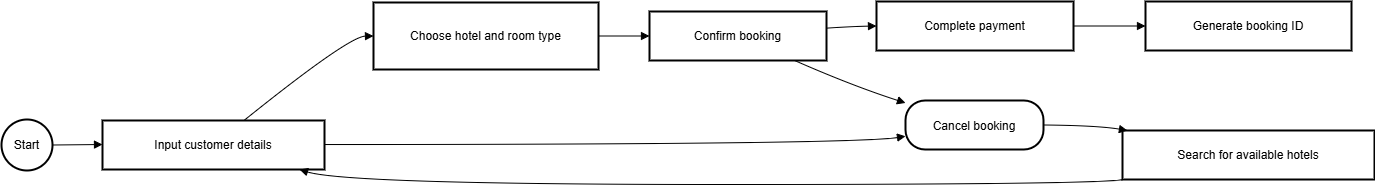
This is alx-booking-uc.png from ahmedshaaban0936/requirement-analysis, a draw.io export, as it was before one commit. Source tidied: cells renumbered, new cells last; positions are measured from the earlier drawing's top-left corner, leaving out a move shared by most shapes. Its diagram source:
```xml
<mxGraphModel>
  <root>
    <mxCell id="0" />
    <mxCell id="1" parent="0" />
    <mxCell id="2" value="Start" style="ellipse;strokeWidth=2;whiteSpace=wrap;" parent="1" vertex="1">
      <mxGeometry y="118" width="51" height="51" as="geometry" />
    </mxCell>
    <mxCell id="3" value="Input customer details" style="whiteSpace=wrap;strokeWidth=2;" parent="1" vertex="1">
      <mxGeometry x="101" y="119" width="222" height="49" as="geometry" />
    </mxCell>
    <mxCell id="4" value="Choose hotel and room type" style="whiteSpace=wrap;strokeWidth=2;" parent="1" vertex="1">
      <mxGeometry x="372" y="1" width="225" height="67" as="geometry" />
    </mxCell>
    <mxCell id="5" value="Confirm booking" style="whiteSpace=wrap;strokeWidth=2;" parent="1" vertex="1">
      <mxGeometry x="648" y="10" width="177" height="49" as="geometry" />
    </mxCell>
    <mxCell id="6" value="Complete payment" style="whiteSpace=wrap;strokeWidth=2;" parent="1" vertex="1">
      <mxGeometry x="875" width="197" height="49" as="geometry" />
    </mxCell>
    <mxCell id="7" value="Generate booking ID" style="whiteSpace=wrap;strokeWidth=2;" parent="1" vertex="1">
      <mxGeometry x="1144" width="206" height="49" as="geometry" />
    </mxCell>
    <mxCell id="8" value="Cancel booking" style="rounded=1;arcSize=40;strokeWidth=2;" parent="1" vertex="1">
      <mxGeometry x="904" y="99" width="138" height="49" as="geometry" />
    </mxCell>
    <mxCell id="9" value="Search for available hotels" style="whiteSpace=wrap;strokeWidth=2;" parent="1" vertex="1">
      <mxGeometry x="1121" y="129" width="252" height="49" as="geometry" />
    </mxCell>
    <mxCell id="10" style="curved=1;startArrow=none;endArrow=block;exitX=0.99;exitY=0.5;entryX=0;entryY=0.49;" parent="1" edge="1" source="2" target="3">
      <mxGeometry relative="1" as="geometry" />
    </mxCell>
    <mxCell id="11" style="curved=1;startArrow=none;endArrow=block;exitX=0.64;exitY=-0.01;entryX=0;entryY=0.5;" parent="1" edge="1" source="3" target="4">
      <mxGeometry relative="1" as="geometry">
        <Array as="points">
          <mxPoint x="347" y="35" />
        </Array>
      </mxGeometry>
    </mxCell>
    <mxCell id="12" style="curved=1;startArrow=none;endArrow=block;exitX=1;exitY=0.5;entryX=0;entryY=0.5;" parent="1" edge="1" source="4" target="5">
      <mxGeometry relative="1" as="geometry" />
    </mxCell>
    <mxCell id="13" style="curved=1;startArrow=none;endArrow=block;exitX=1;exitY=0.34;entryX=0;entryY=0.5;" parent="1" edge="1" source="5" target="6">
      <mxGeometry relative="1" as="geometry">
        <Array as="points">
          <mxPoint x="850" y="25" />
        </Array>
      </mxGeometry>
    </mxCell>
    <mxCell id="14" style="curved=1;startArrow=none;endArrow=block;exitX=1;exitY=0.5;entryX=0;entryY=0.5;" parent="1" edge="1" source="6" target="7">
      <mxGeometry relative="1" as="geometry" />
    </mxCell>
    <mxCell id="15" style="curved=1;startArrow=none;endArrow=block;exitX=0.82;exitY=1;entryX=0;entryY=0.05;" parent="1" edge="1" source="5" target="8">
      <mxGeometry relative="1" as="geometry">
        <Array as="points">
          <mxPoint x="850" y="84" />
        </Array>
      </mxGeometry>
    </mxCell>
    <mxCell id="16" style="curved=1;startArrow=none;endArrow=block;exitX=1;exitY=0.49;entryX=0;entryY=0.73;" parent="1" edge="1" source="3" target="8">
      <mxGeometry relative="1" as="geometry">
        <Array as="points">
          <mxPoint x="850" y="143" />
        </Array>
      </mxGeometry>
    </mxCell>
    <mxCell id="17" style="curved=1;startArrow=none;endArrow=block;exitX=1;exitY=0.5;entryX=0.01;entryY=-0.01;" parent="1" edge="1" source="8" target="9">
      <mxGeometry relative="1" as="geometry">
        <Array as="points">
          <mxPoint x="1096" y="124" />
        </Array>
      </mxGeometry>
    </mxCell>
    <mxCell id="18" style="curved=1;startArrow=none;endArrow=block;exitX=0.01;exitY=0.99;entryX=0.88;entryY=0.99;" parent="1" edge="1" source="9" target="3">
      <mxGeometry relative="1" as="geometry">
        <Array as="points">
          <mxPoint x="1096" y="183" />
          <mxPoint x="347" y="183" />
        </Array>
      </mxGeometry>
    </mxCell>
  </root>
</mxGraphModel>
```
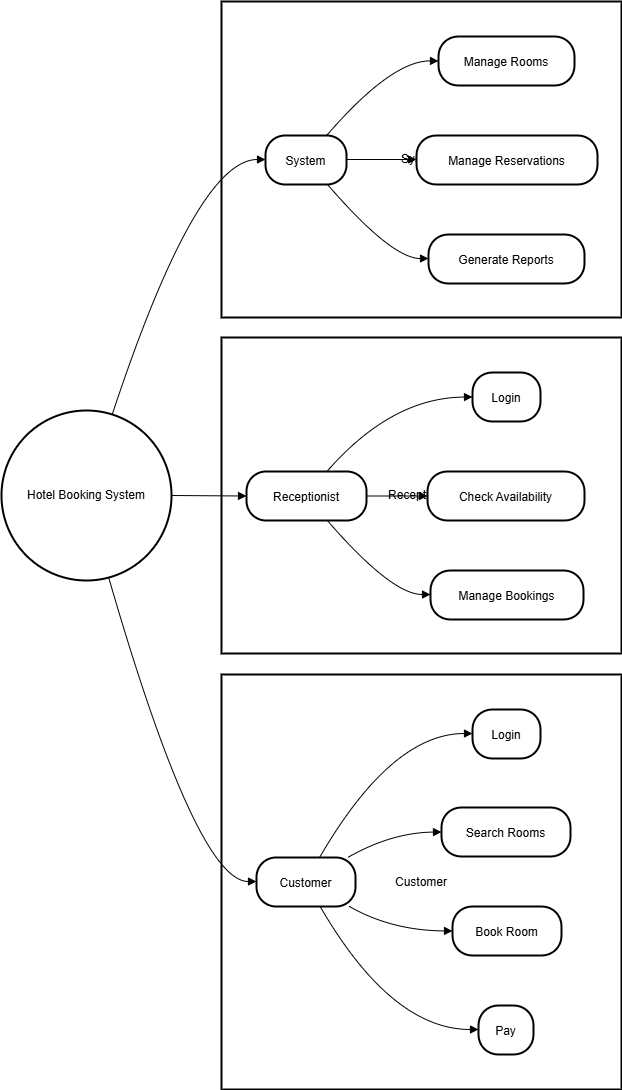
Above is the later version.

The edit, as a diff of the source:
```diff
@@ -2,81 +2,135 @@
   <root>
     <mxCell id="0" />
     <mxCell id="1" parent="0" />
-    <mxCell id="2" value="Start" style="ellipse;strokeWidth=2;whiteSpace=wrap;" parent="1" vertex="1">
-      <mxGeometry y="118" width="51" height="51" as="geometry" />
+    <mxCell id="2" value="System" style="whiteSpace=wrap;strokeWidth=2;" parent="1" vertex="1">
+      <mxGeometry x="220" width="400" height="316" as="geometry" />
     </mxCell>
-    <mxCell id="3" value="Input customer details" style="whiteSpace=wrap;strokeWidth=2;" parent="1" vertex="1">
-      <mxGeometry x="101" y="119" width="222" height="49" as="geometry" />
+    <mxCell id="3" value="Receptionist" style="whiteSpace=wrap;strokeWidth=2;" parent="1" vertex="1">
+      <mxGeometry x="220" y="336" width="400" height="316" as="geometry" />
     </mxCell>
-    <mxCell id="4" value="Choose hotel and room type" style="whiteSpace=wrap;strokeWidth=2;" parent="1" vertex="1">
-      <mxGeometry x="372" y="1" width="225" height="67" as="geometry" />
+    <mxCell id="4" value="Customer" style="whiteSpace=wrap;strokeWidth=2;" parent="1" vertex="1">
+      <mxGeometry x="220" y="673" width="400" height="415" as="geometry" />
     </mxCell>
-    <mxCell id="5" value="Confirm booking" style="whiteSpace=wrap;strokeWidth=2;" parent="1" vertex="1">
-      <mxGeometry x="648" y="10" width="177" height="49" as="geometry" />
+    <mxCell id="5" value="Hotel Booking System" style="ellipse;strokeWidth=2;whiteSpace=wrap;" parent="1" vertex="1">
+      <mxGeometry y="409" width="170" height="170" as="geometry" />
     </mxCell>
-    <mxCell id="6" value="Complete payment" style="whiteSpace=wrap;strokeWidth=2;" parent="1" vertex="1">
-      <mxGeometry x="875" width="197" height="49" as="geometry" />
+    <mxCell id="6" value="Customer" style="rounded=1;arcSize=40;strokeWidth=2;" parent="1" vertex="1">
+      <mxGeometry x="255" y="856" width="99" height="49" as="geometry" />
     </mxCell>
-    <mxCell id="7" value="Generate booking ID" style="whiteSpace=wrap;strokeWidth=2;" parent="1" vertex="1">
-      <mxGeometry x="1144" width="206" height="49" as="geometry" />
+    <mxCell id="7" value="Receptionist" style="rounded=1;arcSize=40;strokeWidth=2;" parent="1" vertex="1">
+      <mxGeometry x="245" y="470" width="120" height="49" as="geometry" />
     </mxCell>
-    <mxCell id="8" value="Cancel booking" style="rounded=1;arcSize=40;strokeWidth=2;" parent="1" vertex="1">
-      <mxGeometry x="904" y="99" width="138" height="49" as="geometry" />
+    <mxCell id="8" value="System" style="rounded=1;arcSize=40;strokeWidth=2;" parent="1" vertex="1">
+      <mxGeometry x="264" y="134" width="81" height="49" as="geometry" />
     </mxCell>
-    <mxCell id="9" value="Search for available hotels" style="whiteSpace=wrap;strokeWidth=2;" parent="1" vertex="1">
-      <mxGeometry x="1121" y="129" width="252" height="49" as="geometry" />
+    <mxCell id="9" value="Login" style="rounded=1;arcSize=40;strokeWidth=2;" parent="1" vertex="1">
+      <mxGeometry x="471" y="708" width="68" height="49" as="geometry" />
     </mxCell>
-    <mxCell id="10" style="curved=1;startArrow=none;endArrow=block;exitX=0.99;exitY=0.5;entryX=0;entryY=0.49;" parent="1" edge="1" source="2" target="3">
-      <mxGeometry relative="1" as="geometry" />
+    <mxCell id="10" value="Search Rooms" style="rounded=1;arcSize=40;strokeWidth=2;" parent="1" vertex="1">
+      <mxGeometry x="440" y="806" width="129" height="49" as="geometry" />
     </mxCell>
-    <mxCell id="11" style="curved=1;startArrow=none;endArrow=block;exitX=0.64;exitY=-0.01;entryX=0;entryY=0.5;" parent="1" edge="1" source="3" target="4">
-      <mxGeometry relative="1" as="geometry">
-        <Array as="points">
-          <mxPoint x="347" y="35" />
-        </Array>
-      </mxGeometry>
+    <mxCell id="11" value="Book Room" style="rounded=1;arcSize=40;strokeWidth=2;" parent="1" vertex="1">
+      <mxGeometry x="451" y="905" width="109" height="49" as="geometry" />
     </mxCell>
-    <mxCell id="12" style="curved=1;startArrow=none;endArrow=block;exitX=1;exitY=0.5;entryX=0;entryY=0.5;" parent="1" edge="1" source="4" target="5">
-      <mxGeometry relative="1" as="geometry" />
+    <mxCell id="12" value="Pay" style="rounded=1;arcSize=40;strokeWidth=2;" parent="1" vertex="1">
+      <mxGeometry x="477" y="1004" width="55" height="49" as="geometry" />
     </mxCell>
-    <mxCell id="13" style="curved=1;startArrow=none;endArrow=block;exitX=1;exitY=0.34;entryX=0;entryY=0.5;" parent="1" edge="1" source="5" target="6">
-      <mxGeometry relative="1" as="geometry">
-        <Array as="points">
-          <mxPoint x="850" y="25" />
-        </Array>
-      </mxGeometry>
+    <mxCell id="13" value="Login" style="rounded=1;arcSize=40;strokeWidth=2;" parent="1" vertex="1">
+      <mxGeometry x="471" y="371" width="68" height="49" as="geometry" />
     </mxCell>
-    <mxCell id="14" style="curved=1;startArrow=none;endArrow=block;exitX=1;exitY=0.5;entryX=0;entryY=0.5;" parent="1" edge="1" source="6" target="7">
-      <mxGeometry relative="1" as="geometry" />
+    <mxCell id="14" value="Check Availability" style="rounded=1;arcSize=40;strokeWidth=2;" parent="1" vertex="1">
+      <mxGeometry x="426" y="470" width="157" height="49" as="geometry" />
     </mxCell>
-    <mxCell id="15" style="curved=1;startArrow=none;endArrow=block;exitX=0.82;exitY=1;entryX=0;entryY=0.05;" parent="1" edge="1" source="5" target="8">
-      <mxGeometry relative="1" as="geometry">
-        <Array as="points">
-          <mxPoint x="850" y="84" />
-        </Array>
-      </mxGeometry>
+    <mxCell id="15" value="Manage Bookings" style="rounded=1;arcSize=40;strokeWidth=2;" parent="1" vertex="1">
+      <mxGeometry x="429" y="569" width="153" height="49" as="geometry" />
     </mxCell>
-    <mxCell id="16" style="curved=1;startArrow=none;endArrow=block;exitX=1;exitY=0.49;entryX=0;entryY=0.73;" parent="1" edge="1" source="3" target="8">
-      <mxGeometry relative="1" as="geometry">
-        <Array as="points">
-          <mxPoint x="850" y="143" />
-        </Array>
-      </mxGeometry>
+    <mxCell id="16" value="Manage Rooms" style="rounded=1;arcSize=40;strokeWidth=2;" parent="1" vertex="1">
+      <mxGeometry x="437" y="35" width="136" height="49" as="geometry" />
     </mxCell>
-    <mxCell id="17" style="curved=1;startArrow=none;endArrow=block;exitX=1;exitY=0.5;entryX=0.01;entryY=-0.01;" parent="1" edge="1" source="8" target="9">
-      <mxGeometry relative="1" as="geometry">
-        <Array as="points">
-          <mxPoint x="1096" y="124" />
-        </Array>
-      </mxGeometry>
+    <mxCell id="17" value="Manage Reservations" style="rounded=1;arcSize=40;strokeWidth=2;" parent="1" vertex="1">
+      <mxGeometry x="415" y="134" width="181" height="49" as="geometry" />
     </mxCell>
-    <mxCell id="18" style="curved=1;startArrow=none;endArrow=block;exitX=0.01;exitY=0.99;entryX=0.88;entryY=0.99;" parent="1" edge="1" source="9" target="3">
-      <mxGeometry relative="1" as="geometry">
-        <Array as="points">
-          <mxPoint x="1096" y="183" />
-          <mxPoint x="347" y="183" />
-        </Array>
-      </mxGeometry>
+    <mxCell id="18" value="Generate Reports" style="rounded=1;arcSize=40;strokeWidth=2;" parent="1" vertex="1">
+      <mxGeometry x="427" y="233" width="156" height="49" as="geometry" />
     </mxCell>
+    <mxCell id="19" style="curved=1;startArrow=none;endArrow=block;exitX=0.64;exitY=1;entryX=0;entryY=0.49;" parent="1" edge="1" source="5" target="6">
+      <mxGeometry relative="1" as="geometry">
+        <Array as="points">
+          <mxPoint x="195" y="880" />
+        </Array>
+      </mxGeometry>
+    </mxCell>
+    <mxCell id="20" style="curved=1;startArrow=none;endArrow=block;exitX=1;exitY=0.5;entryX=0;entryY=0.5;" parent="1" edge="1" source="5" target="7">
+      <mxGeometry relative="1" as="geometry" />
+    </mxCell>
+    <mxCell id="21" style="curved=1;startArrow=none;endArrow=block;exitX=0.66;exitY=0;entryX=0.01;entryY=0.49;" parent="1" edge="1" source="5" target="8">
+      <mxGeometry relative="1" as="geometry">
+        <Array as="points">
+          <mxPoint x="195" y="158" />
+        </Array>
+      </mxGeometry>
+    </mxCell>
+    <mxCell id="22" style="curved=1;startArrow=none;endArrow=block;exitX=0.64;exitY=-0.01;entryX=0;entryY=0.49;" parent="1" edge="1" source="6" target="9">
+      <mxGeometry relative="1" as="geometry">
+        <Array as="points">
+          <mxPoint x="390" y="732" />
+        </Array>
+      </mxGeometry>
+    </mxCell>
+    <mxCell id="23" style="curved=1;startArrow=none;endArrow=block;exitX=0.93;exitY=-0.01;entryX=0;entryY=0.5;" parent="1" edge="1" source="6" target="10">
+      <mxGeometry relative="1" as="geometry">
+        <Array as="points">
+          <mxPoint x="390" y="831" />
+        </Array>
+      </mxGeometry>
+    </mxCell>
+    <mxCell id="24" style="curved=1;startArrow=none;endArrow=block;exitX=0.93;exitY=0.99;entryX=0;entryY=0.5;" parent="1" edge="1" source="6" target="11">
+      <mxGeometry relative="1" as="geometry">
+        <Array as="points">
+          <mxPoint x="390" y="929" />
+        </Array>
+      </mxGeometry>
+    </mxCell>
+    <mxCell id="25" style="curved=1;startArrow=none;endArrow=block;exitX=0.64;exitY=0.99;entryX=0.01;entryY=0.49;" parent="1" edge="1" source="6" target="12">
+      <mxGeometry relative="1" as="geometry">
+        <Array as="points">
+          <mxPoint x="390" y="1028" />
+        </Array>
+      </mxGeometry>
+    </mxCell>
+    <mxCell id="26" style="curved=1;startArrow=none;endArrow=block;exitX=0.67;exitY=0;entryX=0;entryY=0.5;" parent="1" edge="1" source="7" target="13">
+      <mxGeometry relative="1" as="geometry">
+        <Array as="points">
+          <mxPoint x="390" y="396" />
+        </Array>
+      </mxGeometry>
+    </mxCell>
+    <mxCell id="27" style="curved=1;startArrow=none;endArrow=block;exitX=1;exitY=0.5;entryX=0;entryY=0.5;" parent="1" edge="1" source="7" target="14">
+      <mxGeometry relative="1" as="geometry" />
+    </mxCell>
+    <mxCell id="28" style="curved=1;startArrow=none;endArrow=block;exitX=0.67;exitY=0.99;entryX=0;entryY=0.49;" parent="1" edge="1" source="7" target="15">
+      <mxGeometry relative="1" as="geometry">
+        <Array as="points">
+          <mxPoint x="390" y="593" />
+        </Array>
+      </mxGeometry>
+    </mxCell>
+    <mxCell id="29" style="curved=1;startArrow=none;endArrow=block;exitX=0.76;exitY=-0.01;entryX=0;entryY=0.5;" parent="1" edge="1" source="8" target="16">
+      <mxGeometry relative="1" as="geometry">
+        <Array as="points">
+          <mxPoint x="390" y="59" />
+        </Array>
+      </mxGeometry>
+    </mxCell>
+    <mxCell id="30" style="curved=1;startArrow=none;endArrow=block;exitX=1;exitY=0.49;entryX=0;entryY=0.49;" parent="1" edge="1" source="8" target="17">
+      <mxGeometry relative="1" as="geometry" />
+    </mxCell>
+    <mxCell id="31" style="curved=1;startArrow=none;endArrow=block;exitX=0.76;exitY=0.99;entryX=0;entryY=0.49;" parent="1" edge="1" source="8" target="18">
+      <mxGeometry relative="1" as="geometry">
+        <Array as="points">
+          <mxPoint x="390" y="257" />
+        </Array>
+      </mxGeometry>
+    </mxCell>
   </root>
 </mxGraphModel>
```
